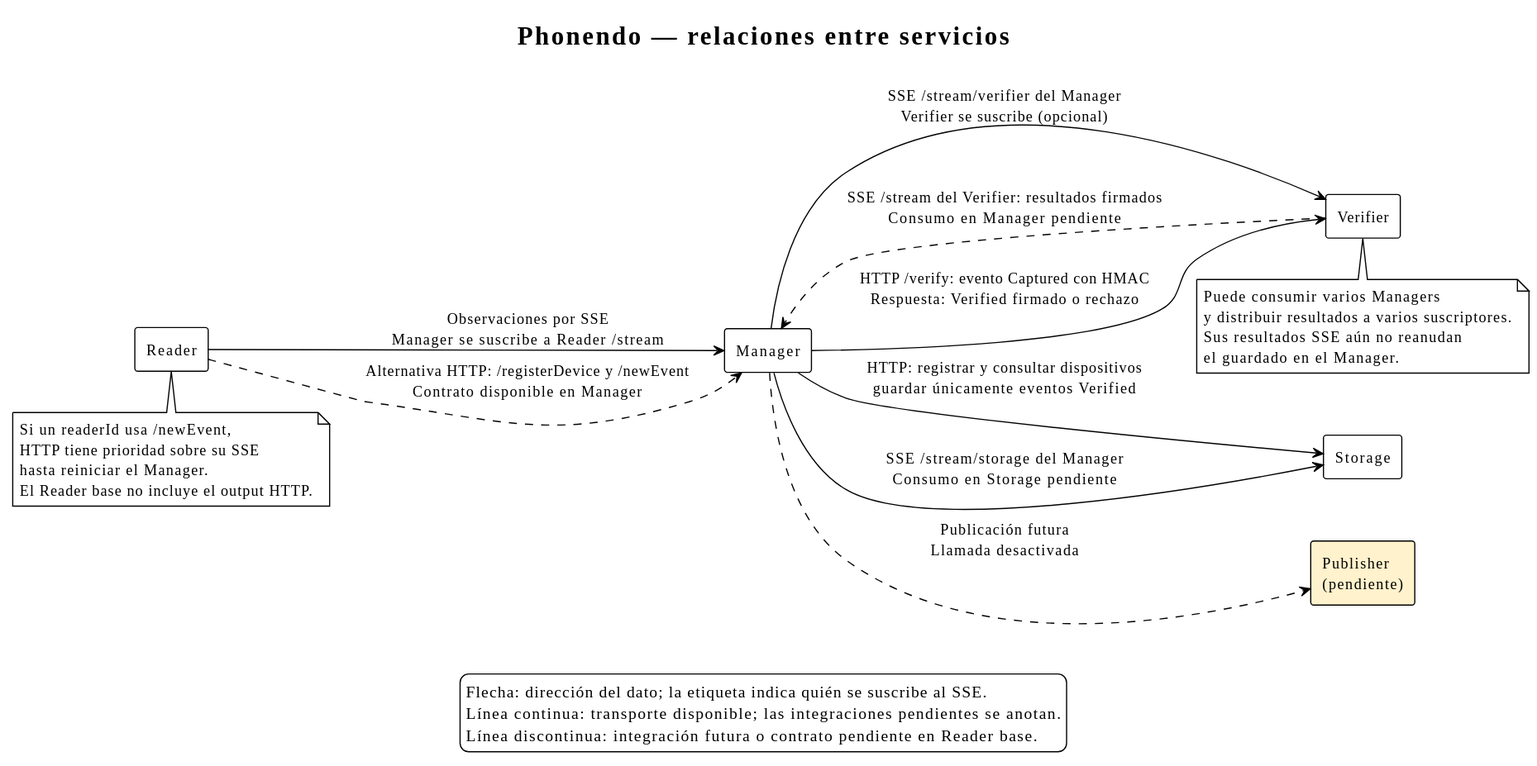
Above: docs/phonendo.svg in ParriCode/phonedo (PlantUML), before the change.
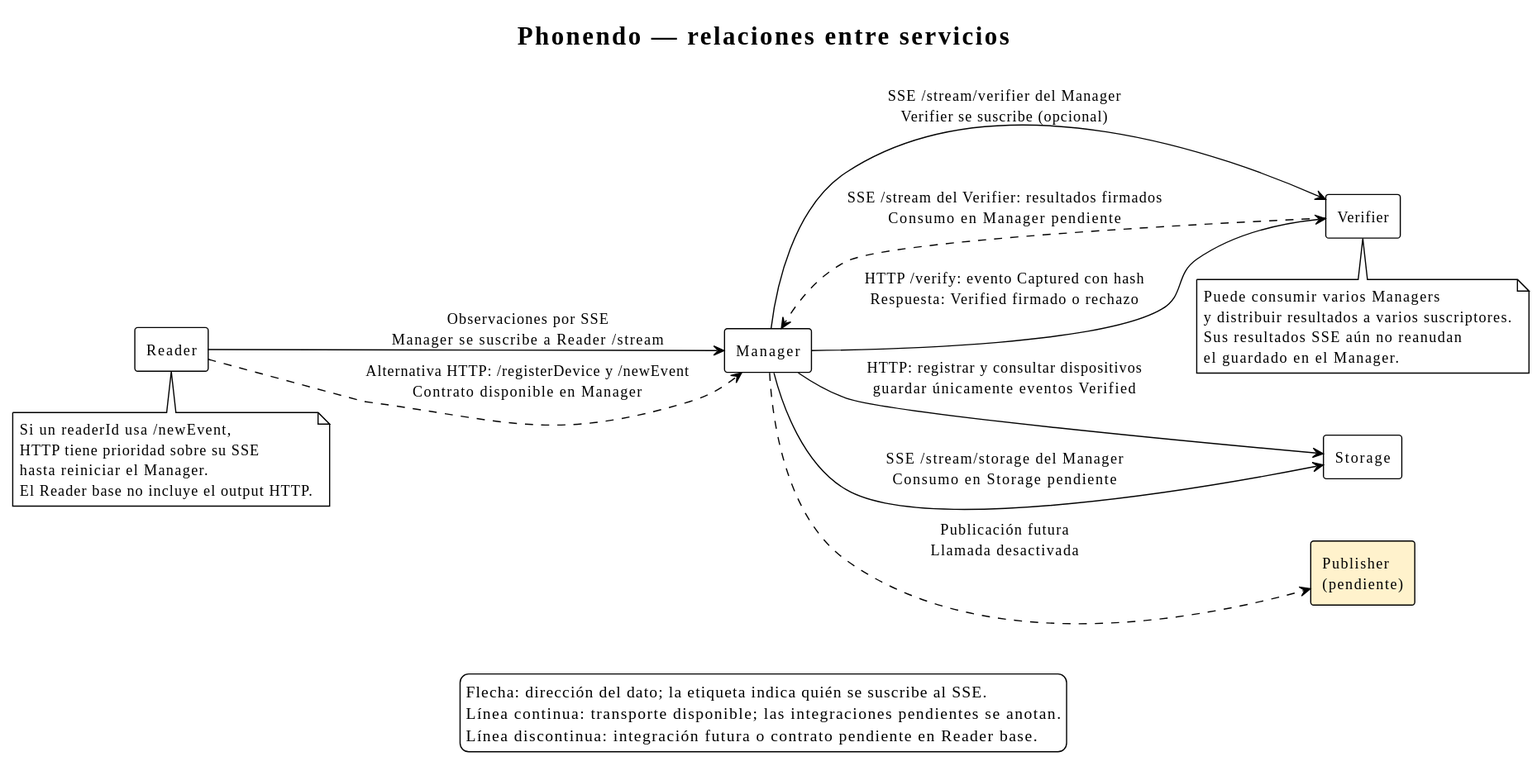
After the commit.

Change to the diagram source:
```diff
@@ -14,7 +14,7 @@
 
 R --> M : Observaciones por SSE\nManager se suscribe a Reader /stream
 R ..> M : Alternativa HTTP: /registerDevice y /newEvent\nContrato disponible en Manager
-M --> V : HTTP /verify: evento Captured con HMAC\nRespuesta: Verified firmado o rechazo
+M --> V : HTTP /verify: evento Captured con hash\nRespuesta: Verified firmado o rechazo
 M --> V : SSE /stream/verifier del Manager\nVerifier se suscribe (opcional)
 V ..> M : SSE /stream del Verifier: resultados firmados\nConsumo en Manager pendiente
 M --> S : HTTP: registrar y consultar dispositivos\nguardar únicamente eventos Verified
```
